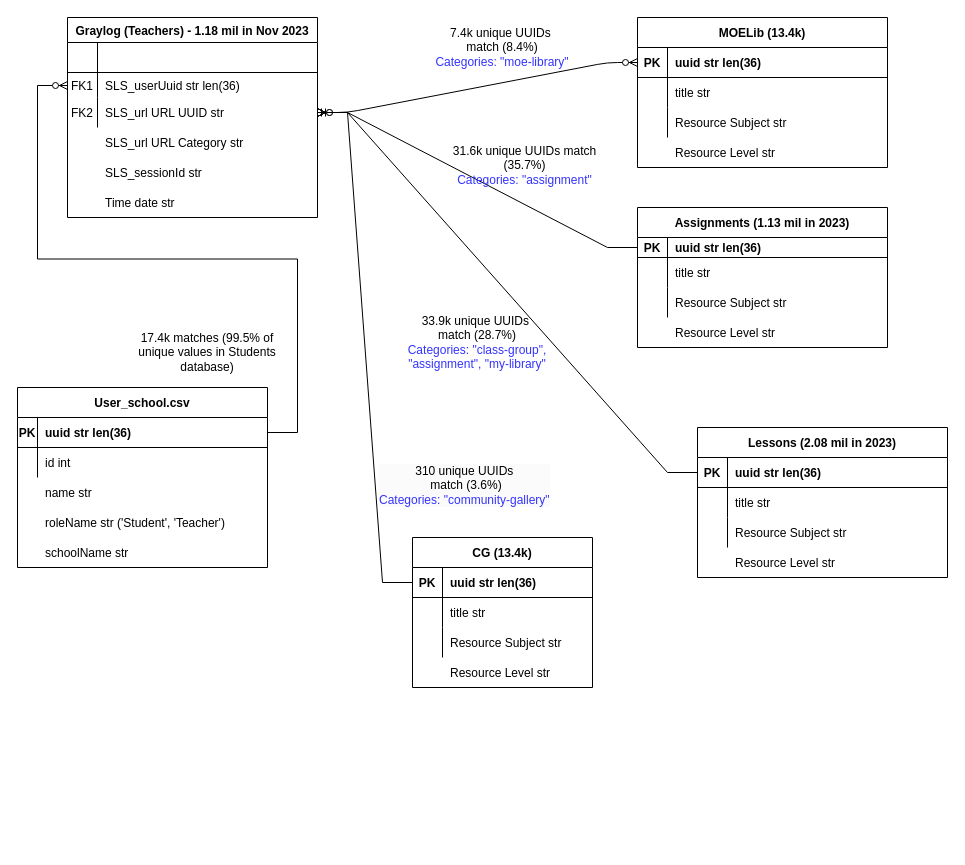
The draw.io diagram page "Page-2" (2 of 2) of Untitled Diagram.drawio in munglin/psychological, before the edit. Source tidied: cells renumbered, new cells numbered last; positions are measured from the earlier drawing's top-left corner, leaving out a move shared by most shapes. Both pictures are drawn from the tidied source at 100%, with x=0, y=0 at pixel (17, 17).
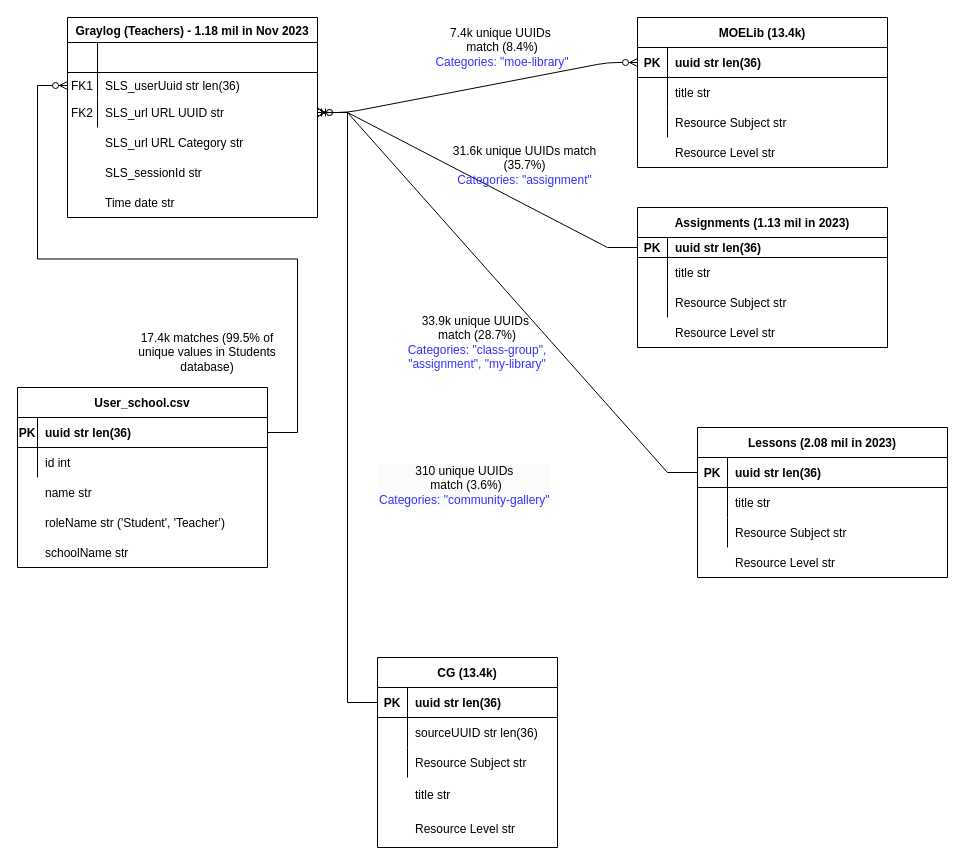
Above is the later version.

The change refers to these unchanged cells:
```xml
<mxCell id="53" style="shape=partialRectangle;fillColor=none;top=0;left=0;right=0;bottom=0;" parent="49" vertex="1">
  <mxGeometry y="60" width="180" height="30" as="geometry" />
</mxCell>
```

Change to the diagram source:
```diff
@@
     <mxCell id="48" style="group;" parent="1" vertex="1">
-      <mxGeometry x="395" y="520" width="180" height="150" as="geometry" />
+      <mxGeometry x="360" y="640" width="180" height="190" as="geometry" />
     </mxCell>
     <mxCell id="49" value="CG (13.4k)" style="shape=table;startSize=30;childLayout=tableLayout;rowLines=0;fontStyle=1;align=center;" parent="48" vertex="1">
-      <mxGeometry width="180" height="150" as="geometry" />
+      <mxGeometry width="180" height="190" as="geometry" />
     </mxCell>
@@
-    <mxCell id="55" value="title str" style="shape=partialRectangle;overflow=hidden;fillColor=none;top=0;left=0;bottom=0;right=0;align=left;spacingLeft=6;" parent="53" vertex="1">
+    <mxCell id="55" style="shape=partialRectangle;overflow=hidden;fillColor=none;top=0;left=0;bottom=0;right=0;align=left;spacingLeft=6;" parent="53" vertex="1">
       <mxGeometry x="30" width="150" height="30" as="geometry" />
     </mxCell>
@@
     <mxCell id="59" style="shape=partialRectangle;overflow=hidden;fillColor=none;top=0;left=0;bottom=0;right=0;" parent="48" vertex="1">
-      <mxGeometry y="120" width="21.6" height="30" as="geometry" />
+      <mxGeometry y="152" width="21.6" height="38" as="geometry" />
     </mxCell>
     <mxCell id="60" value="Resource Level str" style="shape=partialRectangle;overflow=hidden;fillColor=none;top=0;left=0;bottom=0;right=0;align=left;spacingLeft=6;" parent="48" vertex="1">
-      <mxGeometry x="30" y="120" width="158.4" height="30" as="geometry" />
+      <mxGeometry x="30" y="152" width="158.4" height="38" as="geometry" />
     </mxCell>
+    <mxCell id="92" value="title str" style="shape=partialRectangle;overflow=hidden;fillColor=none;top=0;left=0;bottom=0;right=0;align=left;spacingLeft=6;" parent="48" vertex="1">
+      <mxGeometry x="30" y="122" width="150" height="30" as="geometry" />
+    </mxCell>
@@
+    <mxCell id="93" value="sourceUUID str len(36)" style="shape=partialRectangle;overflow=hidden;fillColor=none;top=0;left=0;bottom=0;right=0;align=left;spacingLeft=6;" parent="1" vertex="1">
+      <mxGeometry x="390" y="700" width="150" height="30" as="geometry" />
+    </mxCell>
```
